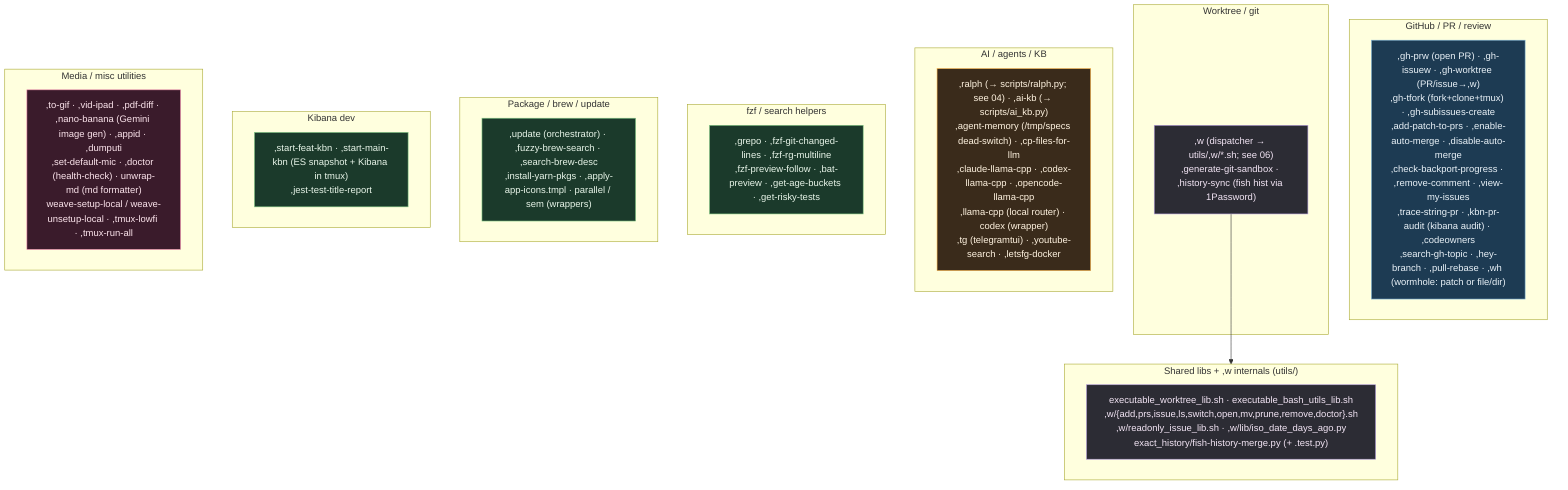
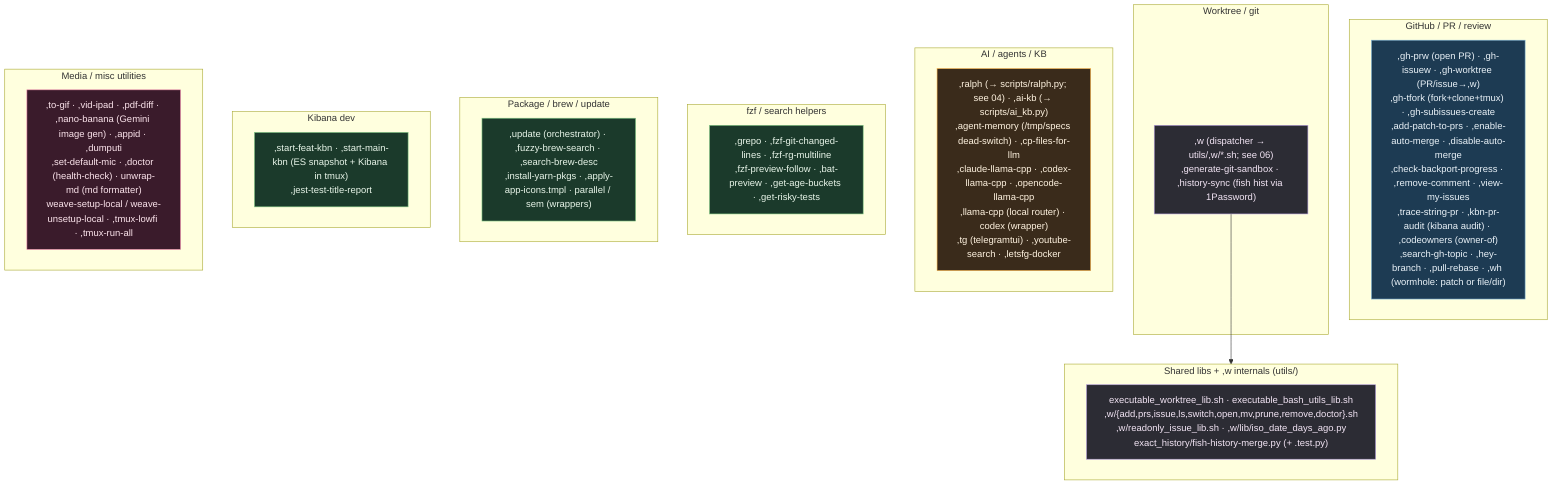
%% ============================================================================
%% 07c-bin-commands.mmd — Every script in home/exact_bin/ (80 incl. utils).
%% executable_,* → ~/bin/,* (comma-prefixed user commands). verify-bin-surface
%% keeps each command covered by fish completions, docs, and this catalog.
%% ============================================================================
flowchart TB
    classDef gh fill:#1d3b53,stroke:#7fb3d5,color:#eaf2f8;
    classDef wt fill:#2c2c34,stroke:#b39ddb,color:#f3e5f5;
    classDef ai fill:#3a2b1b,stroke:#ffb74d,color:#fff3e0;
    classDef media fill:#3a1b2b,stroke:#f48fb1,color:#fce4ec;
    classDef sys fill:#1b3a2b,stroke:#81c784,color:#e8f5e9;

    subgraph GHC["GitHub / PR / review"]
-         G[",gh-prw (open PR) · ,gh-issuew · ,gh-worktree (PR/issue→,w)<br/>,gh-tfork (fork+clone+tmux) · ,gh-subissues-create<br/>,add-patch-to-prs · ,enable-auto-merge · ,disable-auto-merge<br/>,check-backport-progress · ,remove-comment · ,view-my-issues<br/>,trace-string-pr · ,kbn-pr-audit (kibana audit) · ,codeowners<br/>,search-gh-topic · ,hey-branch · ,pull-rebase · ,wh (wormhole: patch or file/dir)"]:::gh
+         G[",gh-prw (open PR) · ,gh-issuew · ,gh-worktree (PR/issue→,w)<br/>,gh-tfork (fork+clone+tmux) · ,gh-subissues-create<br/>,add-patch-to-prs · ,enable-auto-merge · ,disable-auto-merge<br/>,check-backport-progress · ,remove-comment · ,view-my-issues<br/>,trace-string-pr · ,kbn-pr-audit (kibana audit) · ,codeowners (owner-of)<br/>,search-gh-topic · ,hey-branch · ,pull-rebase · ,wh (wormhole: patch or file/dir)"]:::gh
    end

    subgraph WTC["Worktree / git"]
        W[",w (dispatcher → utils/,w/*.sh; see 06)<br/>,generate-git-sandbox · ,history-sync (fish hist via 1Password)"]:::wt
    end

    subgraph AIC["AI / agents / KB"]
        A[",ralph (→ scripts/ralph.py; see 04) · ,ai-kb (→ scripts/ai_kb.py)<br/>,agent-memory (/tmp/specs dead-switch) · ,cp-files-for-llm<br/>,claude-llama-cpp · ,codex-llama-cpp · ,opencode-llama-cpp<br/>,llama-cpp (local router) · codex (wrapper)<br/>,tg (telegramtui) · ,youtube-search · ,letsfg-docker"]:::ai
    end

    subgraph FZFC["fzf / search helpers"]
        F[",grepo · ,fzf-git-changed-lines · ,fzf-rg-multiline<br/>,fzf-preview-follow · ,bat-preview · ,get-age-buckets · ,get-risky-tests"]:::sys
    end

    subgraph PKGC["Package / brew / update"]
        P[",update (orchestrator) · ,fuzzy-brew-search · ,search-brew-desc<br/>,install-yarn-pkgs · ,apply-app-icons.tmpl · parallel / sem (wrappers)"]:::sys
    end

    subgraph KBNC["Kibana dev"]
        K[",start-feat-kbn · ,start-main-kbn (ES snapshot + Kibana in tmux)<br/>,jest-test-title-report"]:::sys
    end

    subgraph MEDIA["Media / misc utilities"]
        M[",to-gif · ,vid-ipad · ,pdf-diff · ,nano-banana (Gemini image gen) · ,appid · ,dumputi<br/>,set-default-mic · ,doctor (health-check) · unwrap-md (md formatter)<br/>weave-setup-local / weave-unsetup-local · ,tmux-lowfi · ,tmux-run-all"]:::media
    end

    subgraph LIBS["Shared libs + ,w internals (utils/)"]
        L["executable_worktree_lib.sh · executable_bash_utils_lib.sh<br/>,w/{add,prs,issue,ls,switch,open,mv,prune,remove,doctor}.sh<br/>,w/readonly_issue_lib.sh · ,w/lib/iso_date_days_ago.py<br/>exact_history/fish-history-merge.py (+ .test.py)"]:::wt
    end
    W --> LIBS
